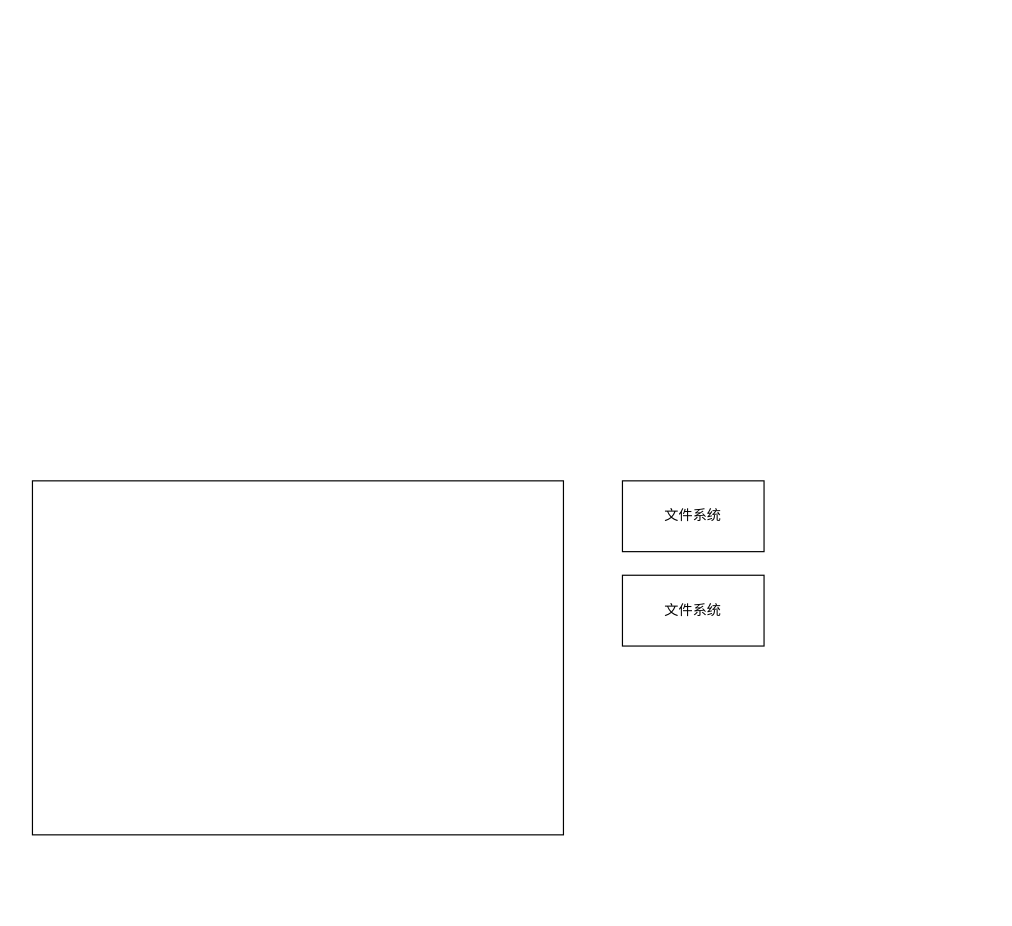
Earlier version of the draw.io diagram 未命名绘图.drawio (cherishsince/cherishsince). Source tidied: cells renumbered, new cells numbered last; positions are measured from the earlier drawing's top-left corner, leaving out a move shared by most shapes. Both pictures are drawn from the tidied source at 118%, with x=0, y=0 at pixel (32, 480). Pictures stored in the file or linked from it are replaced by grey dashed boxes.
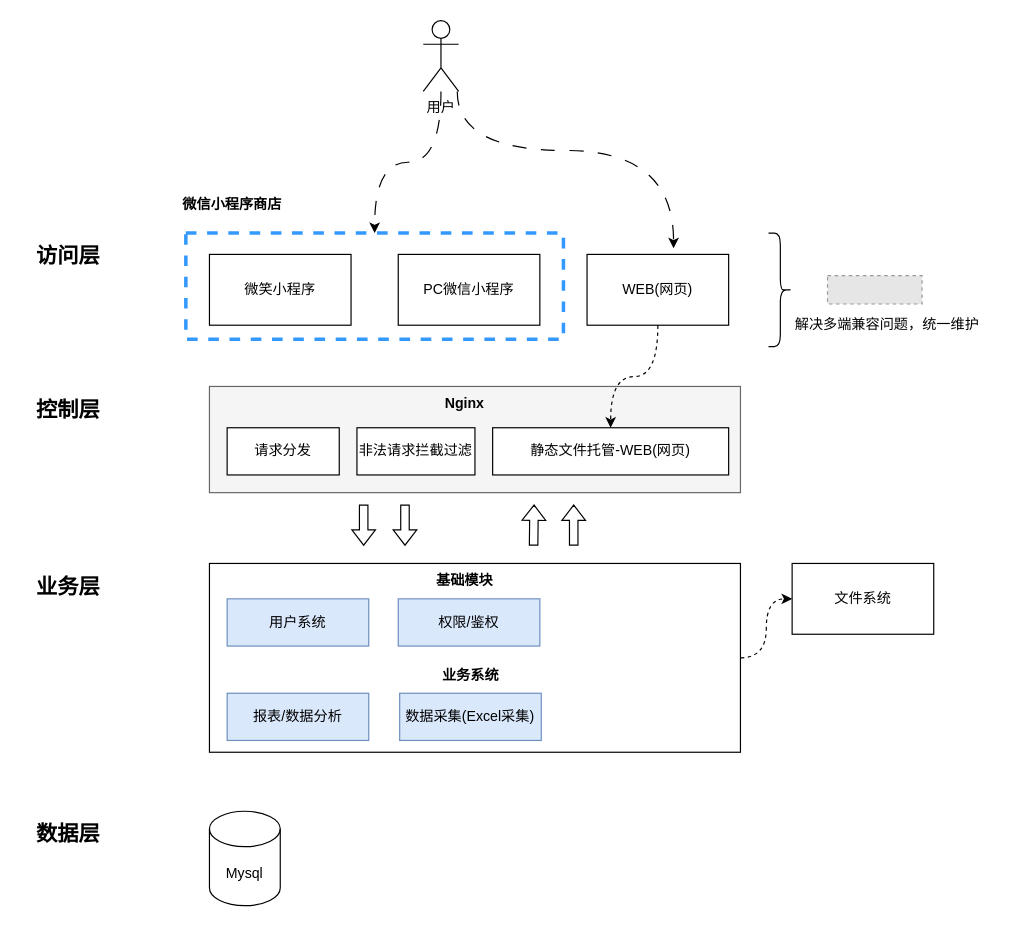
The same diagram, later.

Commit message:
更新未命名绘图.drawio

What changed in the source:
```diff
@@
+    <mxCell id="5" style="rounded=0;whiteSpace=wrap;html=1;fillColor=none;dashed=1;strokeWidth=3;strokeColor=#3399FF;" parent="1" vertex="1">
+      <mxGeometry x="130" y="-210" width="320" height="90" as="geometry" />
+    </mxCell>
+    <mxCell id="6" style="edgeStyle=orthogonalEdgeStyle;rounded=0;jettySize=auto;html=1;entryX=0;entryY=0.5;entryDx=0;entryDy=0;elbow=vertical;curved=1;dashed=1;" parent="1" edge="1" source="2" target="3">
+      <mxGeometry relative="1" as="geometry" />
+    </mxCell>
     <mxCell id="2" style="rounded=0;whiteSpace=wrap;html=1;" parent="1" vertex="1">
-      <mxGeometry width="450" height="300" as="geometry" />
+      <mxGeometry x="150" y="70" width="450" height="160" as="geometry" />
     </mxCell>
     <mxCell id="3" value="文件系统" style="rounded=0;whiteSpace=wrap;html=1;" parent="1" vertex="1">
-      <mxGeometry x="500" width="120" height="60" as="geometry" />
+      <mxGeometry x="643.8" y="70" width="120" height="60" as="geometry" />
     </mxCell>
-    <mxCell id="4" value="文件系统" style="rounded=0;whiteSpace=wrap;html=1;" parent="1" vertex="1">
-      <mxGeometry x="500" y="80" width="120" height="60" as="geometry" />
-    </mxCell>
+    <mxCell id="7" value="用户系统" style="rounded=0;whiteSpace=wrap;html=1;fillColor=#dae8fc;strokeColor=#6c8ebf;" parent="1" vertex="1">
+      <mxGeometry x="165" y="100" width="120" height="40" as="geometry" />
+    </mxCell>
+    <mxCell id="8" value="权限/鉴权" style="rounded=0;whiteSpace=wrap;html=1;fillColor=#dae8fc;strokeColor=#6c8ebf;" parent="1" vertex="1">
+      <mxGeometry x="310" y="100" width="120" height="40" as="geometry" />
+    </mxCell>
+    <mxCell id="9" value="Mysql" style="shape=cylinder3;whiteSpace=wrap;html=1;boundedLbl=1;backgroundOutline=1;size=15;" parent="1" vertex="1">
+      <mxGeometry x="150" y="280" width="60" height="80" as="geometry" />
+    </mxCell>
+    <mxCell id="10" value="微笑小程序" style="rounded=0;whiteSpace=wrap;html=1;" parent="1" vertex="1">
+      <mxGeometry x="150" y="-191.9" width="120" height="60" as="geometry" />
+    </mxCell>
+    <mxCell id="11" value="PC微信小程序" style="rounded=0;whiteSpace=wrap;html=1;" parent="1" vertex="1">
+      <mxGeometry x="310" y="-191.9" width="120" height="60" as="geometry" />
+    </mxCell>
+    <mxCell id="12" value="WEB(网页)" style="rounded=0;whiteSpace=wrap;html=1;" parent="1" vertex="1">
+      <mxGeometry x="470" y="-191.9" width="120" height="60" as="geometry" />
+    </mxCell>
+    <mxCell id="13" style="shape=curlyBracket;whiteSpace=wrap;html=1;rounded=1;labelPosition=left;verticalLabelPosition=middle;align=right;verticalAlign=middle;rotation=-180;size=0.5;" parent="1" vertex="1">
+      <mxGeometry x="623.8" y="-210" width="20" height="96.2" as="geometry" />
+    </mxCell>
+    <mxCell id="14" style="fillColor=#E6E6E6;strokeColor=#999999;dashed=1;verticalLabelPosition=bottom;labelBackgroundColor=default;verticalAlign=top;" parent="1" vertex="1">
+      <mxGeometry x="673.8" y="-173.9" width="80.1" height="24" as="geometry" />
+    </mxCell>
+    <mxCell id="15" value="基础模块" style="text;html=1;align=center;verticalAlign=middle;strokeColor=none;fillColor=none;fontStyle=1;" parent="1" vertex="1">
+      <mxGeometry x="331.2" y="70" width="70" height="30" as="geometry" />
+    </mxCell>
+    <mxCell id="16" value="解决多端兼容问题，统一维护" style="text;html=1;align=center;verticalAlign=middle;strokeColor=none;fillColor=none;" parent="1" vertex="1">
+      <mxGeometry x="633.8" y="-146.9" width="180" height="30" as="geometry" />
+    </mxCell>
+    <mxCell id="17" style="rounded=0;whiteSpace=wrap;html=1;fillColor=#f5f5f5;strokeColor=#666666;fontColor=#333333;" parent="1" vertex="1">
+      <mxGeometry x="150" y="-80" width="450" height="90" as="geometry" />
+    </mxCell>
+    <mxCell id="18" style="shape=flexArrow;endArrow=classic;html=1;rounded=0;width=7.2;endSize=4;endWidth=11.8;" parent="1" edge="1">
+      <mxGeometry relative="1" as="geometry">
+        <mxPoint x="315.7" y="20" as="sourcePoint" />
+        <mxPoint x="315.7" y="55" as="targetPoint" />
+      </mxGeometry>
+    </mxCell>
+    <mxCell id="19" style="shape=flexArrow;endArrow=classic;html=1;rounded=0;width=7.2;endSize=4;endWidth=11.8;" parent="1" edge="1">
+      <mxGeometry relative="1" as="geometry">
+        <mxPoint x="280.7" y="20" as="sourcePoint" />
+        <mxPoint x="280.7" y="55" as="targetPoint" />
+      </mxGeometry>
+    </mxCell>
+    <mxCell id="20" style="shape=flexArrow;endArrow=classic;html=1;rounded=0;width=7.2;endSize=4;endWidth=11.8;strokeColor=default;" parent="1" edge="1">
+      <mxGeometry relative="1" as="geometry">
+        <mxPoint x="424.7" y="55" as="sourcePoint" />
+        <mxPoint x="425.1" y="20" as="targetPoint" />
+      </mxGeometry>
+    </mxCell>
+    <mxCell id="21" style="shape=flexArrow;endArrow=classic;html=1;rounded=0;width=7.2;endSize=4;endWidth=11.8;strokeColor=default;" parent="1" edge="1">
+      <mxGeometry relative="1" as="geometry">
+        <mxPoint x="458.7" y="55" as="sourcePoint" />
+        <mxPoint x="458.7" y="20" as="targetPoint" />
+      </mxGeometry>
+    </mxCell>
+    <mxCell id="22" style="edgeStyle=orthogonalEdgeStyle;rounded=0;jettySize=auto;html=1;dashed=1;dashPattern=12 12;curved=1;" parent="1" edge="1" source="24" target="5">
+      <mxGeometry relative="1" as="geometry" />
+    </mxCell>
+    <mxCell id="23" style="edgeStyle=orthogonalEdgeStyle;rounded=0;jettySize=auto;html=1;entryX=0.611;entryY=-0.086;entryDx=0;entryDy=0;entryPerimeter=0;curved=1;dashed=1;dashPattern=12 12;" parent="1" edge="1" source="24" target="12">
+      <mxGeometry relative="1" as="geometry">
+        <Array as="points">
+          <mxPoint x="360" y="-280" />
+          <mxPoint x="543" y="-280" />
+        </Array>
+      </mxGeometry>
+    </mxCell>
+    <mxCell id="24" value="用户" style="shape=umlActor;verticalLabelPosition=bottom;verticalAlign=top;html=1;outlineConnect=0;" parent="1" vertex="1">
+      <mxGeometry x="331.2" y="-390" width="30" height="60" as="geometry" />
+    </mxCell>
+    <mxCell id="25" value="微信小程序商店" style="text;html=1;align=center;verticalAlign=middle;strokeColor=none;fillColor=none;fontStyle=1;" parent="1" vertex="1">
+      <mxGeometry x="114" y="-249" width="110" height="30" as="geometry" />
+    </mxCell>
+    <mxCell id="26" value="请求分发" style="rounded=0;whiteSpace=wrap;html=1;" parent="1" vertex="1">
+      <mxGeometry x="165" y="-45" width="95" height="40" as="geometry" />
+    </mxCell>
+    <mxCell id="27" value="Nginx" style="text;html=1;align=center;verticalAlign=middle;strokeColor=none;fillColor=none;fontStyle=1;" parent="1" vertex="1">
+      <mxGeometry x="336.2" y="-80" width="60" height="30" as="geometry" />
+    </mxCell>
+    <mxCell id="28" value="静态文件托管-WEB(网页)" style="rounded=0;whiteSpace=wrap;html=1;" parent="1" vertex="1">
+      <mxGeometry x="390" y="-45" width="200" height="40" as="geometry" />
+    </mxCell>
+    <mxCell id="29" value="非法请求拦截过滤" style="rounded=0;whiteSpace=wrap;html=1;" parent="1" vertex="1">
+      <mxGeometry x="275" y="-45" width="100" height="40" as="geometry" />
+    </mxCell>
+    <mxCell id="30" style="edgeStyle=orthogonalEdgeStyle;rounded=0;jettySize=auto;html=1;curved=1;dashed=1;" parent="1" edge="1" source="12" target="28">
+      <mxGeometry relative="1" as="geometry" />
+    </mxCell>
+    <mxCell id="31" value="业务系统" style="text;html=1;align=center;verticalAlign=middle;strokeColor=none;fillColor=none;fontStyle=1;" parent="1" vertex="1">
+      <mxGeometry x="336.2" y="150" width="70" height="30" as="geometry" />
+    </mxCell>
+    <mxCell id="32" value="报表/数据分析" style="rounded=0;whiteSpace=wrap;html=1;fillColor=#dae8fc;strokeColor=#6c8ebf;" parent="1" vertex="1">
+      <mxGeometry x="165" y="180" width="120" height="40" as="geometry" />
+    </mxCell>
+    <mxCell id="33" value="数据采集(Excel采集)" style="rounded=0;whiteSpace=wrap;html=1;fillColor=#dae8fc;strokeColor=#6c8ebf;" parent="1" vertex="1">
+      <mxGeometry x="311.2" y="180" width="120" height="40" as="geometry" />
+    </mxCell>
+    <mxCell id="34" value="&lt;font style=&quot;font-size: 18px;&quot;&gt;&lt;b&gt;访问层&lt;/b&gt;&lt;/font&gt;" style="text;html=1;align=center;verticalAlign=middle;strokeColor=none;fillColor=none;" parent="1" vertex="1">
+      <mxGeometry x="-10" y="-210" width="80" height="40" as="geometry" />
+    </mxCell>
+    <mxCell id="35" value="&lt;font style=&quot;font-size: 18px;&quot;&gt;&lt;b&gt;业务层&lt;/b&gt;&lt;/font&gt;" style="text;html=1;align=center;verticalAlign=middle;strokeColor=none;fillColor=none;" parent="1" vertex="1">
+      <mxGeometry x="-10" y="70" width="80" height="40" as="geometry" />
+    </mxCell>
+    <mxCell id="36" value="&lt;font style=&quot;font-size: 18px;&quot;&gt;&lt;b&gt;数据层&lt;/b&gt;&lt;/font&gt;" style="text;html=1;align=center;verticalAlign=middle;strokeColor=none;fillColor=none;" parent="1" vertex="1">
+      <mxGeometry x="-10" y="280" width="80" height="40" as="geometry" />
+    </mxCell>
+    <mxCell id="37" value="&lt;font style=&quot;font-size: 18px;&quot;&gt;&lt;b&gt;控制层&lt;/b&gt;&lt;/font&gt;" style="text;html=1;align=center;verticalAlign=middle;strokeColor=none;fillColor=none;" parent="1" vertex="1">
+      <mxGeometry x="-10" y="-80" width="80" height="40" as="geometry" />
+    </mxCell>
```
